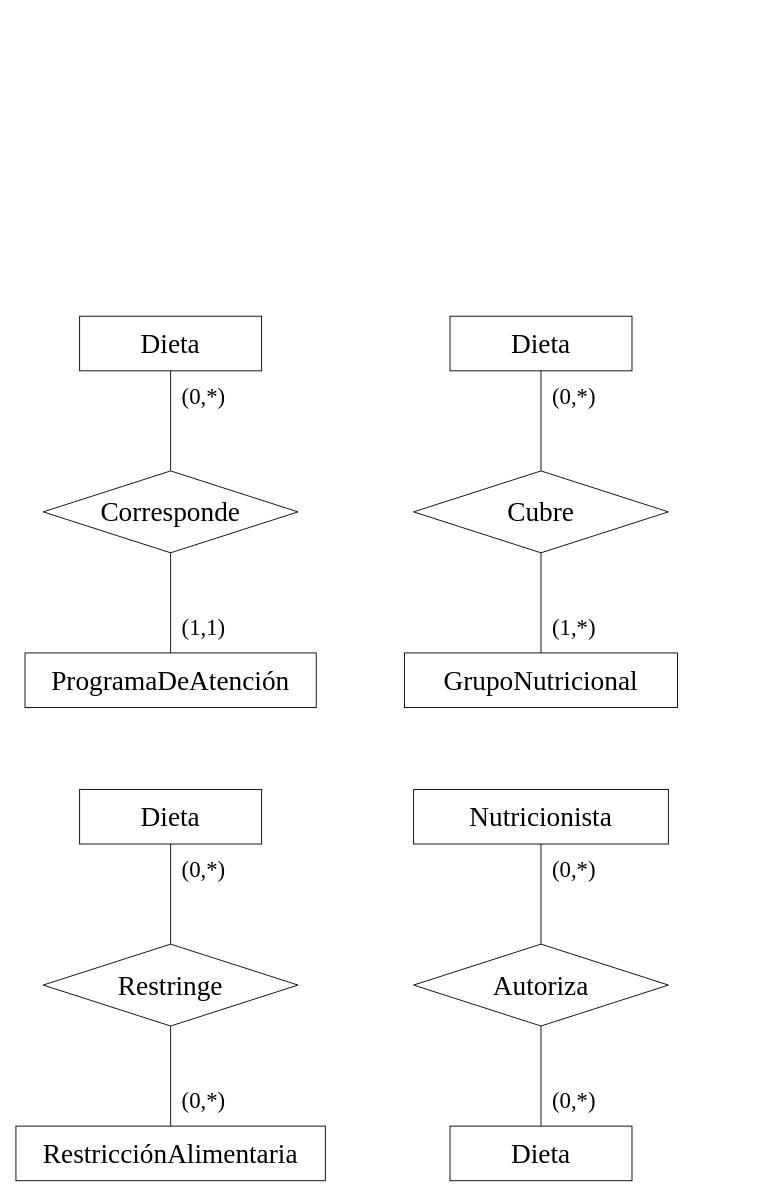
This is page "Página-Relaciones-1" (2 of 3) of docs/Submodelos Relacionales del MERX/Submodelo Dieta-Nutricionista-Paciente-Sala.drawio from Team-Bales/Menus-Nutricionales, a draw.io file, before an edit. Source tidied: cells renumbered, new cells numbered last; positions are measured from the earlier drawing's top-left corner, leaving out a move shared by most shapes. Both pictures are drawn from the tidied source at 91%, with x=0, y=0 at pixel (15, 316).
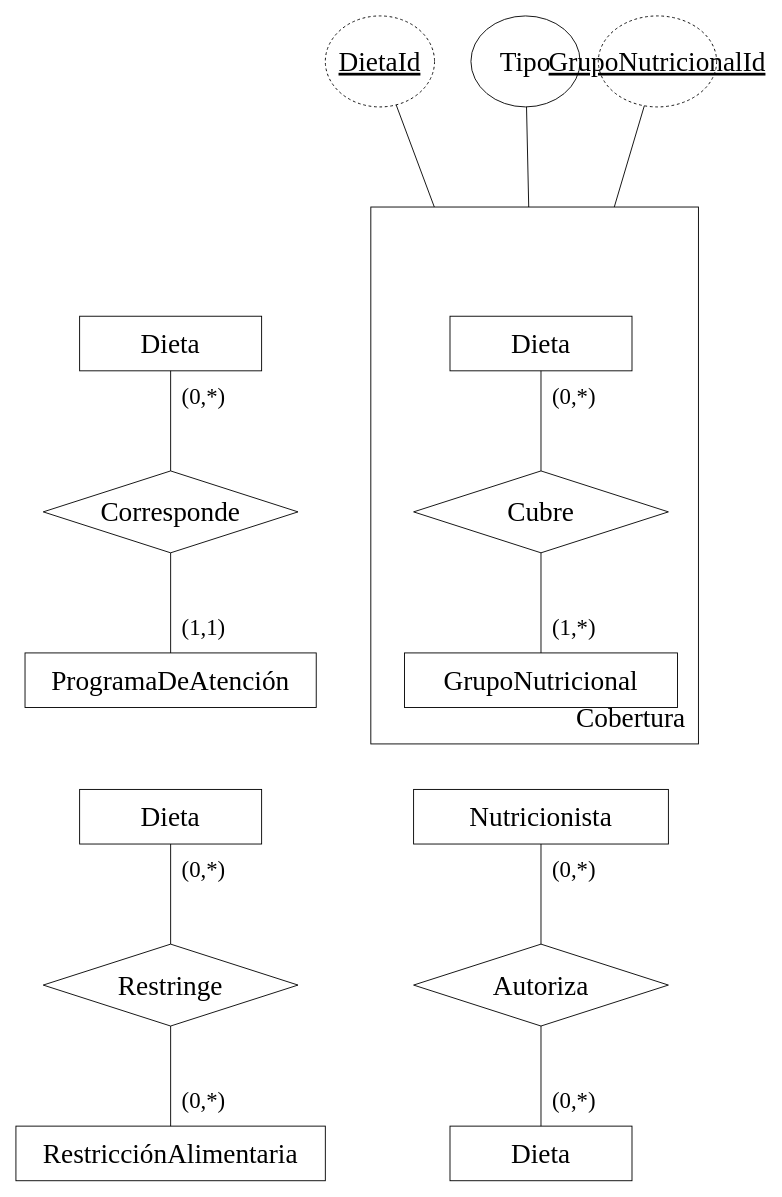
The same diagram, later.

Commit message (it also covers changes not shown here):
fix(submodelo-6): elevar Cubre a agregación Cobertura con atributo Tipo

Diff of the diagram source:
```diff
@@
+    <mxCell id="22" value="Cobertura" style="rounded=0;whiteSpace=wrap;html=1;fillColor=none;verticalAlign=bottom;spacingBottom=8;spacingLeft=12;spacingRight=12;align=right;fontFamily=Times New Roman;fontSize=30;" parent="1" vertex="1">
+      <mxGeometry x="390" y="-120" width="360" height="590" as="geometry" />
+    </mxCell>
+    <mxCell id="23" value="DietaId" style="ellipse;whiteSpace=wrap;html=1;fontFamily=Times New Roman;fontSize=30;fontStyle=4;dashed=1;" parent="1" vertex="1">
+      <mxGeometry x="340" y="-330" width="120" height="100" as="geometry" />
+    </mxCell>
+    <mxCell id="24" value="Tipo" style="ellipse;whiteSpace=wrap;html=1;fontFamily=Times New Roman;fontSize=30;" parent="1" vertex="1">
+      <mxGeometry x="500" y="-330" width="120" height="100" as="geometry" />
+    </mxCell>
+    <mxCell id="25" value="GrupoNutricionalId" style="ellipse;whiteSpace=wrap;html=1;fontFamily=Times New Roman;fontSize=30;fontStyle=4;dashed=1;" parent="1" vertex="1">
+      <mxGeometry x="640" y="-330" width="130" height="100" as="geometry" />
+    </mxCell>
+    <mxCell id="26" style="endArrow=none;html=1;rounded=0;fontFamily=Times New Roman;fontSize=25;labelBackgroundColor=none;" parent="1" edge="1" source="22" target="23">
+      <mxGeometry relative="1" as="geometry" />
+    </mxCell>
+    <mxCell id="27" style="endArrow=none;html=1;rounded=0;fontFamily=Times New Roman;fontSize=25;labelBackgroundColor=none;" parent="1" edge="1" source="22" target="24">
+      <mxGeometry relative="1" as="geometry" />
+    </mxCell>
+    <mxCell id="28" style="endArrow=none;html=1;rounded=0;fontFamily=Times New Roman;fontSize=25;labelBackgroundColor=none;" parent="1" edge="1" source="22" target="25">
+      <mxGeometry relative="1" as="geometry" />
+    </mxCell>
```
